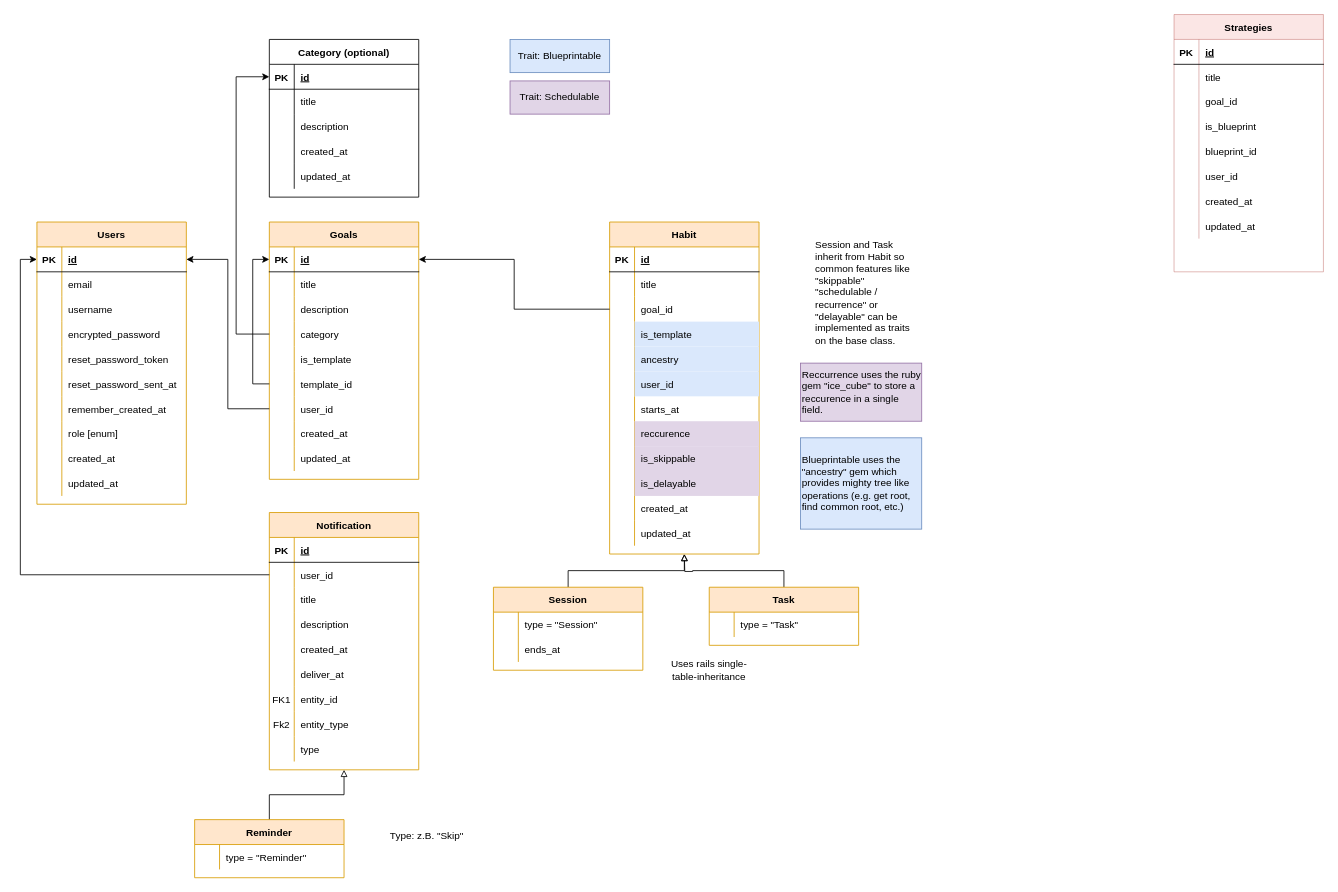
AlexanderLill/yahtapp-web keeps this draw.io diagram as reqs/DB Model.drawio. Above is the earlier version. Source tidied: cells renumbered, new cells numbered last; positions are measured from the earlier drawing's top-left corner, leaving out a move shared by most shapes. Both pictures are drawn from the tidied source at 83%, with x=0, y=0 at pixel (37, 14).
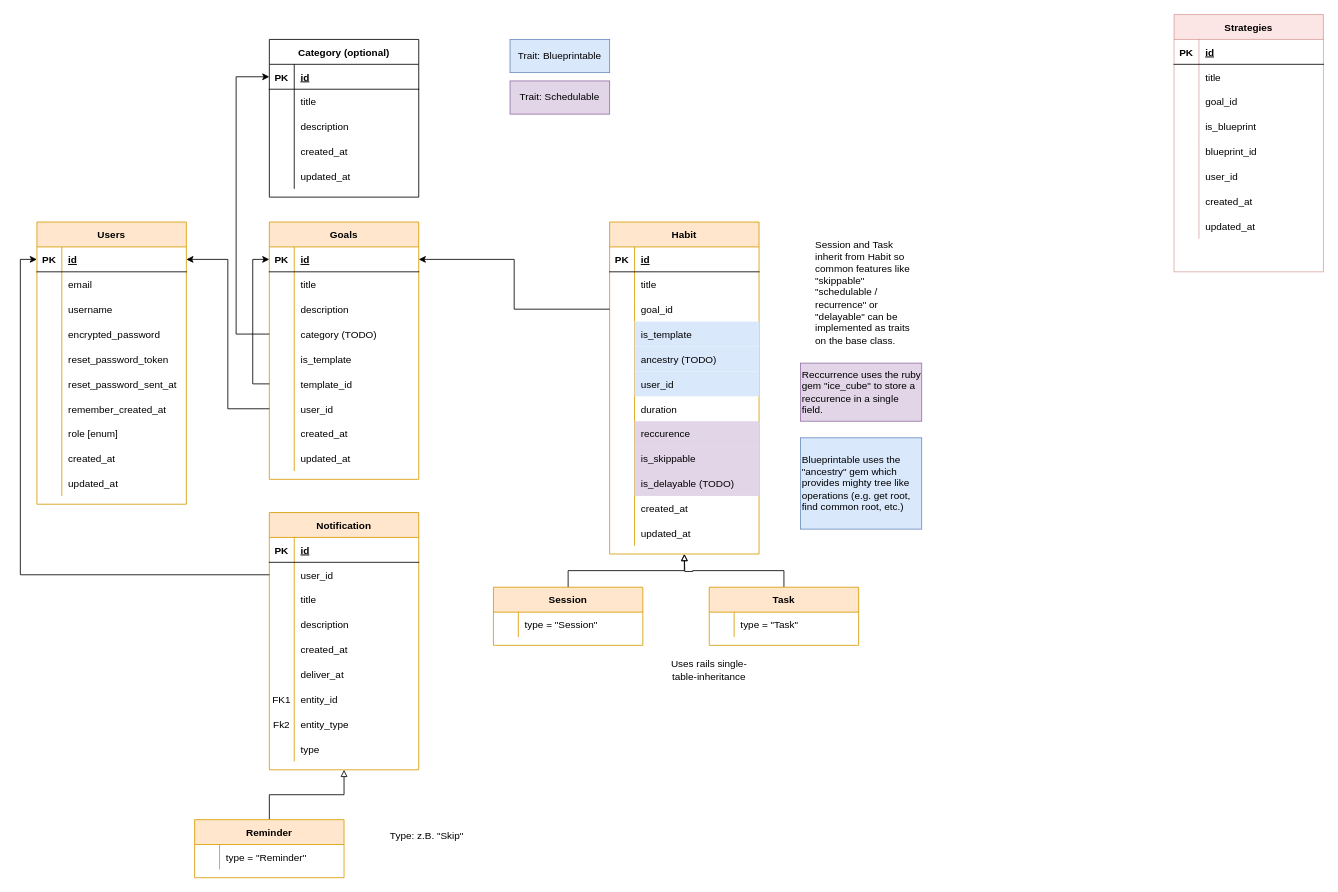
Above is the later version.

Unchanged cells that the change refers to:
```xml
<mxCell id="43" style="shape=partialRectangle;fillColor=none;top=0;left=0;bottom=0;right=0;points=[[0,0.5],[1,0.5]];portConstraint=eastwest;" parent="33" vertex="1">
  <mxGeometry y="120" width="180" height="30" as="geometry" />
</mxCell>
<mxCell id="100" style="shape=partialRectangle;fillColor=none;top=0;left=0;bottom=0;right=0;" parent="87" vertex="1">
  <mxGeometry y="150" width="180" height="30" as="geometry" />
</mxCell>
<mxCell id="106" style="shape=partialRectangle;fillColor=none;top=0;left=0;bottom=0;right=0;" parent="87" vertex="1">
  <mxGeometry y="210" width="180" height="30" as="geometry" />
</mxCell>
<mxCell id="115" style="shape=partialRectangle;fillColor=none;top=0;left=0;bottom=0;right=0;" parent="87" vertex="1">
  <mxGeometry y="300" width="180" height="30" as="geometry" />
</mxCell>
```

Diff of the diagram source:
```diff
@@
-    <mxCell id="45" value="category" style="shape=partialRectangle;fillColor=none;top=0;left=0;bottom=0;right=0;align=left;spacingLeft=6;overflow=hidden;" parent="43" vertex="1">
+    <mxCell id="45" value="category (TODO)" style="shape=partialRectangle;fillColor=none;top=0;left=0;bottom=0;right=0;align=left;spacingLeft=6;overflow=hidden;" parent="43" vertex="1">
       <mxGeometry x="30" width="150" height="30" as="geometry" />
     </mxCell>
@@
-    <mxCell id="102" value="ancestry" style="shape=partialRectangle;fillColor=#dae8fc;top=0;left=0;bottom=0;right=0;align=left;spacingLeft=6;overflow=hidden;strokeColor=#6c8ebf;" parent="100" vertex="1">
+    <mxCell id="102" value="ancestry (TODO)" style="shape=partialRectangle;fillColor=#dae8fc;top=0;left=0;bottom=0;right=0;align=left;spacingLeft=6;overflow=hidden;strokeColor=#6c8ebf;" parent="100" vertex="1">
       <mxGeometry x="30" width="150" height="30" as="geometry" />
     </mxCell>
@@
-    <mxCell id="108" value="starts_at" style="shape=partialRectangle;fillColor=none;top=0;left=0;bottom=0;right=0;align=left;spacingLeft=6;overflow=hidden;" parent="106" vertex="1">
+    <mxCell id="108" value="duration" style="shape=partialRectangle;fillColor=none;top=0;left=0;bottom=0;right=0;align=left;spacingLeft=6;overflow=hidden;" parent="106" vertex="1">
       <mxGeometry x="30" width="150" height="30" as="geometry" />
     </mxCell>
@@
-    <mxCell id="117" value="is_delayable" style="shape=partialRectangle;fillColor=#e1d5e7;top=0;left=0;bottom=0;right=0;align=left;spacingLeft=6;overflow=hidden;strokeColor=#9673a6;" parent="115" vertex="1">
+    <mxCell id="117" value="is_delayable (TODO)" style="shape=partialRectangle;fillColor=#e1d5e7;top=0;left=0;bottom=0;right=0;align=left;spacingLeft=6;overflow=hidden;strokeColor=#9673a6;" parent="115" vertex="1">
       <mxGeometry x="30" width="150" height="30" as="geometry" />
     </mxCell>
@@
     <mxCell id="173" value="Session" style="shape=table;startSize=30;childLayout=tableLayout;rowLines=0;fontStyle=1;align=center;fillColor=#ffe6cc;strokeColor=#d79b00;" parent="1" vertex="1">
-      <mxGeometry x="550" y="690" width="180" height="100" as="geometry" />
+      <mxGeometry x="550" y="690" width="180" height="70" as="geometry" />
     </mxCell>
@@
-    <mxCell id="177" style="shape=partialRectangle;fillColor=none;top=0;left=0;bottom=0;right=0;" parent="173" vertex="1">
-      <mxGeometry y="60" width="180" height="30" as="geometry" />
-    </mxCell>
-    <mxCell id="178" style="shape=partialRectangle;fillColor=none;top=0;left=0;bottom=0;right=0;overflow=hidden;" parent="177" vertex="1">
-      <mxGeometry width="30" height="30" as="geometry" />
-    </mxCell>
-    <mxCell id="179" value="ends_at" style="shape=partialRectangle;fillColor=none;top=0;left=0;bottom=0;right=0;align=left;spacingLeft=6;overflow=hidden;" parent="177" vertex="1">
-      <mxGeometry x="30" width="150" height="30" as="geometry" />
-    </mxCell>
```
